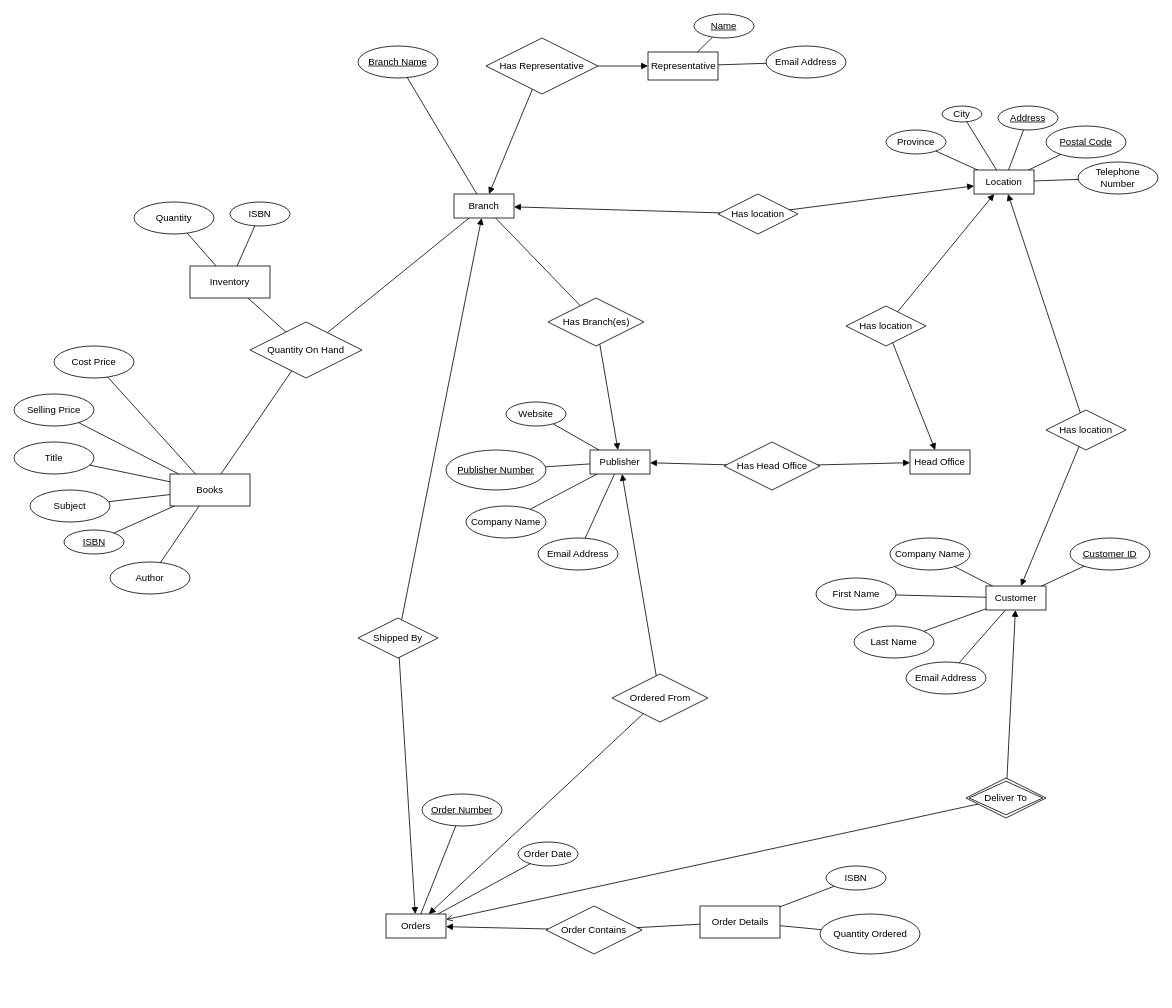
Earlier version of the draw.io diagram ER-diagram.drawio (gordonpn/comp353-warmup-project). Source tidied: cells renumbered, new cells numbered last; positions are measured from the earlier drawing's top-left corner, leaving out a move shared by most shapes. Both pictures are drawn from the tidied source at 80%, with x=0, y=0 at pixel (14, 14).
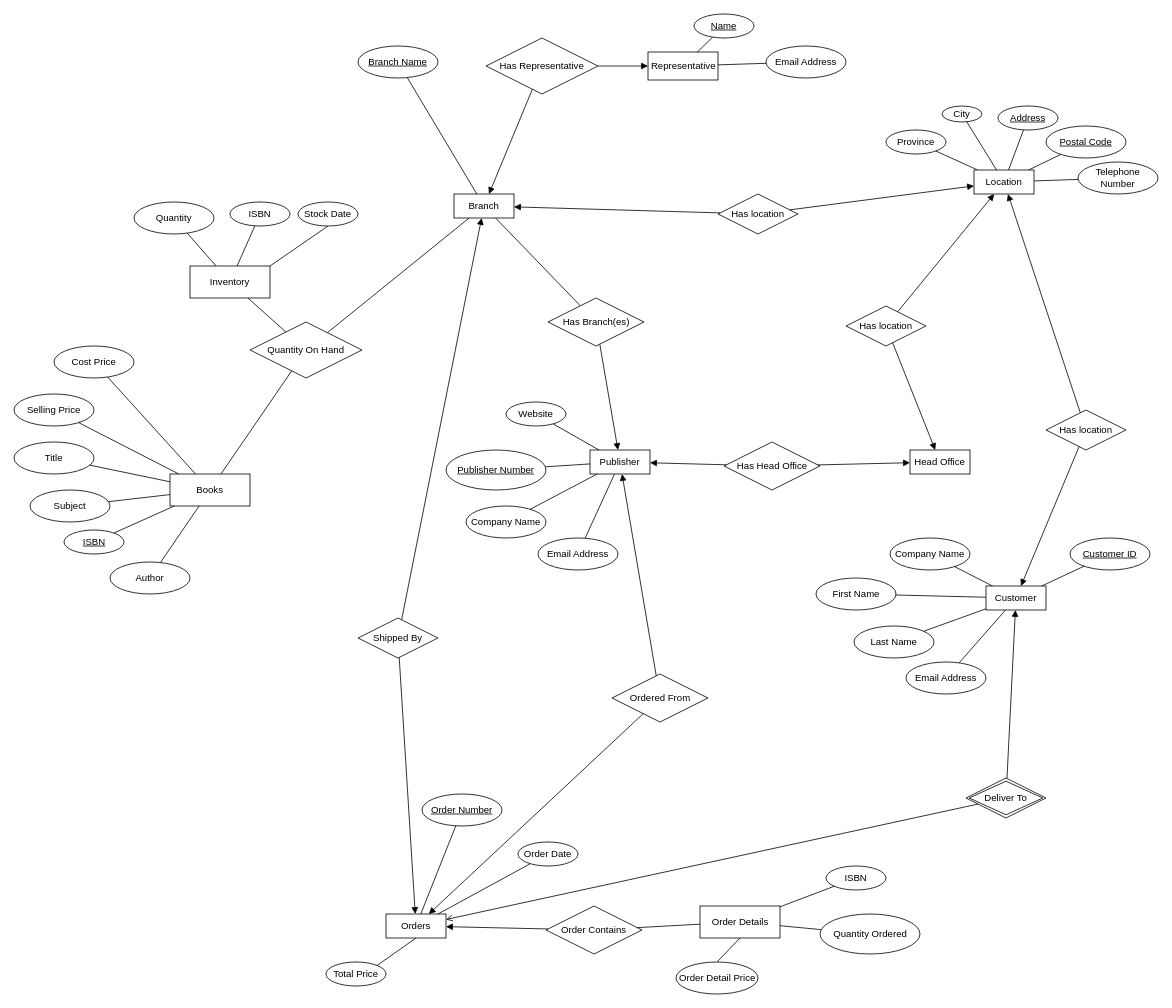
The same diagram, later.

Unchanged cells that the change refers to:
```xml
<mxCell id="46" value="Orders" style="whiteSpace=wrap;html=1;align=center;" parent="1" vertex="1">
  <mxGeometry x="465" y="1125" width="75" height="30" as="geometry" />
</mxCell>
<mxCell id="62" value="Order Details" style="whiteSpace=wrap;html=1;align=center;" parent="1" vertex="1">
  <mxGeometry x="857.5" y="1115" width="100" height="40" as="geometry" />
</mxCell>
<mxCell id="96" value="Inventory" style="whiteSpace=wrap;html=1;align=center;" parent="1" vertex="1">
  <mxGeometry x="220" y="315" width="100" height="40" as="geometry" />
</mxCell>
```

The edit, as a diff of the source:
```diff
@@
+    <mxCell id="104" value="Stock Date" style="ellipse;whiteSpace=wrap;html=1;align=center;" parent="1" vertex="1">
+      <mxGeometry x="355" y="235" width="75" height="30" as="geometry" />
+    </mxCell>
+    <mxCell id="105" style="endArrow=none;html=1;exitX=1;exitY=0;exitDx=0;exitDy=0;entryX=0.5;entryY=1;entryDx=0;entryDy=0;" parent="1" edge="1" source="96" target="104">
+      <mxGeometry relative="1" as="geometry" />
+    </mxCell>
+    <mxCell id="106" value="Total Price" style="ellipse;whiteSpace=wrap;html=1;align=center;" parent="1" vertex="1">
+      <mxGeometry x="390" y="1185" width="75" height="30" as="geometry" />
+    </mxCell>
+    <mxCell id="107" style="endArrow=none;html=1;entryX=0.5;entryY=1;entryDx=0;entryDy=0;exitX=1;exitY=0;exitDx=0;exitDy=0;" parent="1" edge="1" source="106" target="46">
+      <mxGeometry relative="1" as="geometry" />
+    </mxCell>
+    <mxCell id="108" value="Order Detail Price" style="ellipse;whiteSpace=wrap;html=1;align=center;" parent="1" vertex="1">
+      <mxGeometry x="827.5" y="1185" width="102.5" height="40" as="geometry" />
+    </mxCell>
+    <mxCell id="109" style="endArrow=none;html=1;entryX=0.5;entryY=1;entryDx=0;entryDy=0;exitX=0.5;exitY=0;exitDx=0;exitDy=0;" parent="1" edge="1" source="108" target="62">
+      <mxGeometry relative="1" as="geometry" />
+    </mxCell>
```
